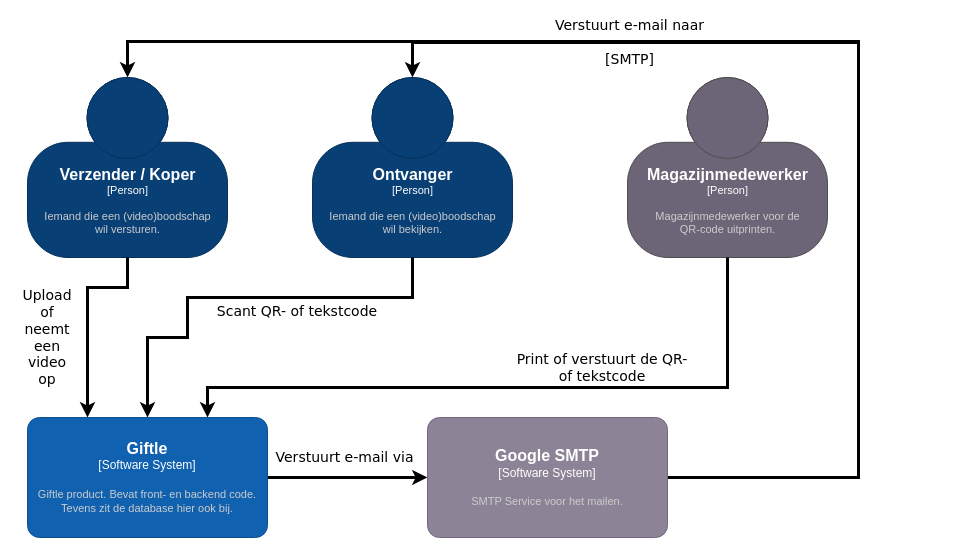
Above: koeskoes/3.Sprint2/Documentatie/Software Guidebook/assets/software_architecture/system_context_diagram.drawio in HANICA-DWA/sep2021-project-koeskoes (draw.io), before the change. Source tidied: cells renumbered, new cells numbered last; positions are measured from the earlier drawing's top-left corner, leaving out a move shared by most shapes. Both pictures are drawn from the tidied source at 100%, with x=0, y=0 at pixel (17, 33).
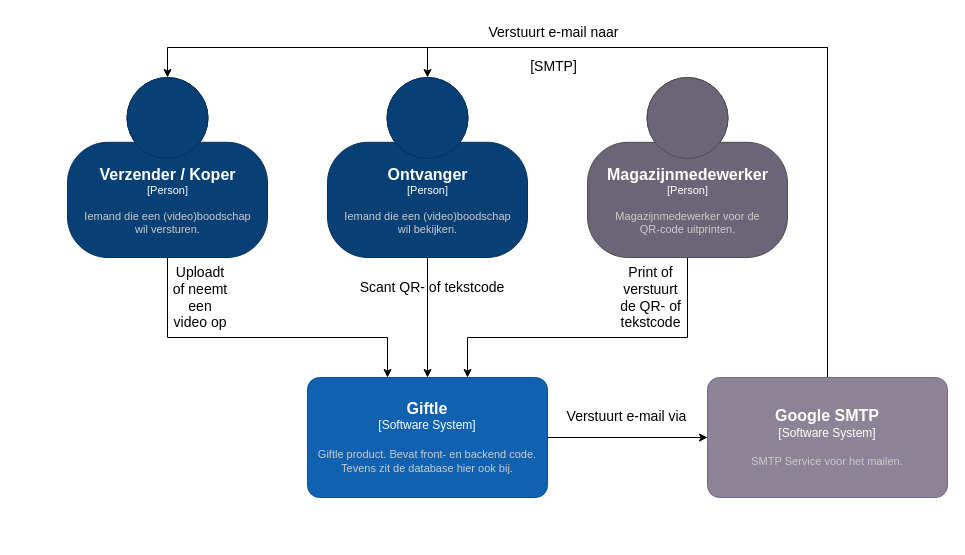
The same page after the edit.

Commit message (it also covers changes not shown here):
update system context diagram

Diff of the diagram source:
```diff
@@
+    <mxCell id="11" style="edgeStyle=orthogonalEdgeStyle;rounded=0;jettySize=auto;html=1;exitX=0.5;exitY=1;exitDx=0;exitDy=0;exitPerimeter=0;fontFamily=Helvetica;fontSize=1;strokeWidth=1;" parent="1" edge="1" source="2" target="6">
+      <mxGeometry relative="1" as="geometry">
+        <Array as="points">
+          <mxPoint x="150" y="304" />
+          <mxPoint x="370" y="304" />
+        </Array>
+      </mxGeometry>
+    </mxCell>
-    <object id="2" label="&lt;font style=&quot;font-size: 16px&quot;&gt;&lt;b&gt;%c4Name%&lt;/b&gt;&lt;/font&gt;&lt;div&gt;[%c4Type%]&lt;/div&gt;&lt;br&gt;&lt;div&gt;&lt;font style=&quot;font-size: 11px&quot;&gt;&lt;font color=&quot;#cccccc&quot;&gt;%c4Description%&lt;/font&gt;&lt;/div&gt;" c4Description="Iemand die een (video)boodschap&#10;wil versturen." c4Name="Verzender / Koper" c4Type="Person" placeholders="1">
-      <mxCell style="html=1;fontSize=11;dashed=0;whitespace=wrap;fillColor=#083F75;strokeColor=#06315C;fontColor=#ffffff;shape=mxgraph.c4.person2;align=center;points=[[0.5,0,0],[1,0.5,0],[1,0.75,0],[0.75,1,0],[0.5,1,0],[0.25,1,0],[0,0.75,0],[0,0.5,0]];" parent="1" vertex="1">
-        <mxGeometry x="10" y="44" width="200" height="180" as="geometry" />
+    <object id="2" label="&lt;font style=&quot;font-size: 16px&quot;&gt;&lt;b&gt;%c4Name%&lt;/b&gt;&lt;/font&gt;&lt;div&gt;[%c4Type%]&lt;/div&gt;&lt;br&gt;&lt;div&gt;&lt;font style=&quot;font-size: 11px&quot;&gt;&lt;font color=&quot;#cccccc&quot;&gt;%c4Description%&lt;/font&gt;&lt;/font&gt;&lt;/div&gt;" c4Description="Iemand die een (video)boodschap&#10;wil versturen." c4Name="Verzender / Koper" c4Type="Person" placeholders="1">
+      <mxCell style="html=1;fontSize=11;dashed=0;whitespace=wrap;fillColor=#083F75;strokeColor=#06315C;fontColor=#ffffff;shape=mxgraph.c4.person2;align=center;points=[[0.5,0,0],[1,0.5,0],[1,0.75,0],[0.75,1,0],[0.5,1,0],[0.25,1,0],[0,0.75,0],[0,0.5,0]];fontFamily=Helvetica;" parent="1" vertex="1">
+        <mxGeometry x="50" y="44" width="200" height="180" as="geometry" />
       </mxCell>
     </object>
+    <mxCell id="13" style="edgeStyle=orthogonalEdgeStyle;rounded=0;jettySize=auto;html=1;exitX=0.5;exitY=1;exitDx=0;exitDy=0;exitPerimeter=0;fontFamily=Helvetica;fontSize=1;strokeWidth=1;" parent="1" edge="1" source="3" target="6">
+      <mxGeometry relative="1" as="geometry">
+        <Array as="points">
+          <mxPoint x="670" y="304" />
+          <mxPoint x="450" y="304" />
+        </Array>
+      </mxGeometry>
+    </mxCell>
-    <object id="3" label="&lt;font style=&quot;font-size: 16px&quot;&gt;&lt;b&gt;%c4Name%&lt;/b&gt;&lt;/font&gt;&lt;div&gt;[%c4Type%]&lt;/div&gt;&lt;br&gt;&lt;div&gt;&lt;font style=&quot;font-size: 11px&quot;&gt;&lt;font color=&quot;#cccccc&quot;&gt;%c4Description%&lt;/font&gt;&lt;/div&gt;" c4Description="Magazijnmedewerker voor de&#10;QR-code uitprinten." c4Name="Magazijnmedewerker" c4Type="Person" placeholders="1">
-      <mxCell style="html=1;fontSize=11;dashed=0;whitespace=wrap;fillColor=#6C6477;strokeColor=#4D4D4D;fontColor=#ffffff;shape=mxgraph.c4.person2;align=center;points=[[0.5,0,0],[1,0.5,0],[1,0.75,0],[0.75,1,0],[0.5,1,0],[0.25,1,0],[0,0.75,0],[0,0.5,0]];" parent="1" vertex="1">
-        <mxGeometry x="610" y="44" width="200" height="180" as="geometry" />
+    <object id="3" label="&lt;font style=&quot;font-size: 16px&quot;&gt;&lt;b&gt;%c4Name%&lt;/b&gt;&lt;/font&gt;&lt;div&gt;[%c4Type%]&lt;/div&gt;&lt;br&gt;&lt;div&gt;&lt;font style=&quot;font-size: 11px&quot;&gt;&lt;font color=&quot;#cccccc&quot;&gt;%c4Description%&lt;/font&gt;&lt;/font&gt;&lt;/div&gt;" c4Description="Magazijnmedewerker voor de&#10;QR-code uitprinten." c4Name="Magazijnmedewerker" c4Type="Person" placeholders="1">
+      <mxCell style="html=1;fontSize=11;dashed=0;whitespace=wrap;fillColor=#6C6477;strokeColor=#4D4D4D;fontColor=#ffffff;shape=mxgraph.c4.person2;align=center;points=[[0.5,0,0],[1,0.5,0],[1,0.75,0],[0.75,1,0],[0.5,1,0],[0.25,1,0],[0,0.75,0],[0,0.5,0]];fontFamily=Helvetica;" parent="1" vertex="1">
+        <mxGeometry x="570" y="44" width="200" height="180" as="geometry" />
       </mxCell>
     </object>
-    <object id="4" label="&lt;font style=&quot;font-size: 16px&quot;&gt;&lt;b&gt;%c4Name%&lt;/b&gt;&lt;/font&gt;&lt;div&gt;[%c4Type%]&lt;/div&gt;&lt;br&gt;&lt;div&gt;&lt;font style=&quot;font-size: 11px&quot;&gt;&lt;font color=&quot;#cccccc&quot;&gt;%c4Description%&lt;/font&gt;&lt;/div&gt;" c4Description="Iemand die een (video)boodschap&#10;wil bekijken." c4Name="Ontvanger" c4Type="Person" placeholders="1">
-      <mxCell style="html=1;fontSize=11;dashed=0;whitespace=wrap;fillColor=#083F75;strokeColor=#06315C;fontColor=#ffffff;shape=mxgraph.c4.person2;align=center;points=[[0.5,0,0],[1,0.5,0],[1,0.75,0],[0.75,1,0],[0.5,1,0],[0.25,1,0],[0,0.75,0],[0,0.5,0]];" parent="1" vertex="1">
-        <mxGeometry x="295" y="44" width="200" height="180" as="geometry" />
+    <object id="4" label="&lt;font style=&quot;font-size: 16px&quot;&gt;&lt;b&gt;%c4Name%&lt;/b&gt;&lt;/font&gt;&lt;div&gt;[%c4Type%]&lt;/div&gt;&lt;br&gt;&lt;div&gt;&lt;font style=&quot;font-size: 11px&quot;&gt;&lt;font color=&quot;#cccccc&quot;&gt;%c4Description%&lt;/font&gt;&lt;/font&gt;&lt;/div&gt;" c4Description="Iemand die een (video)boodschap&#10;wil bekijken." c4Name="Ontvanger" c4Type="Person" placeholders="1">
+      <mxCell style="html=1;fontSize=11;dashed=0;whitespace=wrap;fillColor=#083F75;strokeColor=#06315C;fontColor=#ffffff;shape=mxgraph.c4.person2;align=center;points=[[0.5,0,0],[1,0.5,0],[1,0.75,0],[0.75,1,0],[0.5,1,0],[0.25,1,0],[0,0.75,0],[0,0.5,0]];fontFamily=Helvetica;" parent="1" vertex="1">
+        <mxGeometry x="310" y="44" width="200" height="180" as="geometry" />
       </mxCell>
     </object>
-    <mxCell id="5" style="edgeStyle=orthogonalEdgeStyle;rounded=0;jettySize=auto;html=1;strokeWidth=3;" parent="1" edge="1" source="6" target="9">
+    <mxCell id="5" style="edgeStyle=orthogonalEdgeStyle;rounded=0;jettySize=auto;html=1;strokeWidth=1;fontFamily=Helvetica;" parent="1" edge="1" source="6" target="9">
       <mxGeometry relative="1" as="geometry" />
     </mxCell>
-    <object id="6" label="&lt;font style=&quot;font-size: 16px&quot;&gt;&lt;b&gt;%c4Name%&lt;/b&gt;&lt;/font&gt;&lt;div&gt;[%c4Type%]&lt;/div&gt;&lt;br&gt;&lt;div&gt;&lt;font style=&quot;font-size: 11px&quot;&gt;&lt;font color=&quot;#cccccc&quot;&gt;%c4Description%&lt;/font&gt;&lt;/div&gt;" c4Description="Giftle product. Bevat front- en backend code. Tevens zit de database hier ook bij." c4Name="Giftle" c4Type="Software System" placeholders="1">
-      <mxCell style="rounded=1;whiteSpace=wrap;html=1;labelBackgroundColor=none;fillColor=#1061B0;fontColor=#ffffff;align=center;arcSize=10;strokeColor=#0D5091;points=[[0.25,0,0],[0.5,0,0],[0.75,0,0],[1,0.25,0],[1,0.5,0],[1,0.75,0],[0.75,1,0],[0.5,1,0],[0.25,1,0],[0,0.75,0],[0,0.5,0],[0,0.25,0]];" parent="1" vertex="1">
-        <mxGeometry x="10" y="384" width="240" height="120" as="geometry" />
+    <object id="6" label="&lt;font style=&quot;font-size: 16px&quot;&gt;&lt;b&gt;%c4Name%&lt;/b&gt;&lt;/font&gt;&lt;div&gt;[%c4Type%]&lt;/div&gt;&lt;br&gt;&lt;div&gt;&lt;font style=&quot;font-size: 11px&quot;&gt;&lt;font color=&quot;#cccccc&quot;&gt;%c4Description%&lt;/font&gt;&lt;/font&gt;&lt;/div&gt;" c4Description="Giftle product. Bevat front- en backend code. Tevens zit de database hier ook bij." c4Name="Giftle" c4Type="Software System" placeholders="1">
+      <mxCell style="rounded=1;whiteSpace=wrap;html=1;labelBackgroundColor=none;fillColor=#1061B0;fontColor=#ffffff;align=center;arcSize=10;strokeColor=#0D5091;points=[[0.25,0,0],[0.5,0,0],[0.75,0,0],[1,0.25,0],[1,0.5,0],[1,0.75,0],[0.75,1,0],[0.5,1,0],[0.25,1,0],[0,0.75,0],[0,0.5,0],[0,0.25,0]];fontFamily=Helvetica;" parent="1" vertex="1">
+        <mxGeometry x="290" y="344" width="240" height="120" as="geometry" />
       </mxCell>
     </object>
+    <mxCell id="8" style="edgeStyle=orthogonalEdgeStyle;rounded=0;jettySize=auto;html=1;exitX=0.5;exitY=0;exitDx=0;exitDy=0;exitPerimeter=0;entryX=0.5;entryY=0;entryDx=0;entryDy=0;entryPerimeter=0;fontFamily=Helvetica;fontSize=1;strokeWidth=1;" parent="1" edge="1" source="9" target="4">
+      <mxGeometry relative="1" as="geometry">
+        <Array as="points">
+          <mxPoint x="810" y="14" />
+          <mxPoint x="410" y="14" />
+        </Array>
+      </mxGeometry>
+    </mxCell>
-    <mxCell id="7" style="edgeStyle=orthogonalEdgeStyle;rounded=0;jettySize=auto;html=1;entryX=0.5;entryY=0;entryDx=0;entryDy=0;entryPerimeter=0;strokeWidth=3;" parent="1" edge="1" source="9" target="2">
+    <mxCell id="7" style="edgeStyle=orthogonalEdgeStyle;rounded=0;jettySize=auto;html=1;exitX=0.5;exitY=0;exitDx=0;exitDy=0;exitPerimeter=0;entryX=0.5;entryY=0;entryDx=0;entryDy=0;entryPerimeter=0;fontFamily=Helvetica;fontSize=1;strokeWidth=1;" parent="1" edge="1" source="9" target="2">
       <mxGeometry relative="1" as="geometry">
         <Array as="points">
-          <mxPoint x="841" y="444" />
-          <mxPoint x="841" y="8" />
-          <mxPoint x="110" y="8" />
+          <mxPoint x="810" y="14" />
+          <mxPoint x="150" y="14" />
         </Array>
       </mxGeometry>
     </mxCell>
-    <mxCell id="8" style="edgeStyle=orthogonalEdgeStyle;rounded=0;jettySize=auto;html=1;entryX=0.5;entryY=0;entryDx=0;entryDy=0;entryPerimeter=0;strokeWidth=3;" parent="1" edge="1" source="9" target="4">
-      <mxGeometry relative="1" as="geometry">
-        <Array as="points">
-          <mxPoint x="841" y="444" />
-          <mxPoint x="841" y="9" />
-          <mxPoint x="395" y="9" />
-        </Array>
-      </mxGeometry>
-    </mxCell>
-    <object id="9" label="&lt;font style=&quot;font-size: 16px&quot;&gt;&lt;b&gt;%c4Name%&lt;/b&gt;&lt;/font&gt;&lt;div&gt;[%c4Type%]&lt;/div&gt;&lt;br&gt;&lt;div&gt;&lt;font style=&quot;font-size: 11px&quot;&gt;&lt;font color=&quot;#cccccc&quot;&gt;%c4Description%&lt;/font&gt;&lt;/div&gt;" c4Description="SMTP Service voor het mailen." c4Name="Google SMTP" c4Type="Software System" placeholders="1">
-      <mxCell style="rounded=1;whiteSpace=wrap;html=1;labelBackgroundColor=none;fillColor=#8C8496;fontColor=#ffffff;align=center;arcSize=10;strokeColor=#736782;points=[[0.25,0,0],[0.5,0,0],[0.75,0,0],[1,0.25,0],[1,0.5,0],[1,0.75,0],[0.75,1,0],[0.5,1,0],[0.25,1,0],[0,0.75,0],[0,0.5,0],[0,0.25,0]];" parent="1" vertex="1">
-        <mxGeometry x="410" y="384" width="240" height="120" as="geometry" />
+    <object id="9" label="&lt;font style=&quot;font-size: 16px&quot;&gt;&lt;b&gt;%c4Name%&lt;/b&gt;&lt;/font&gt;&lt;div&gt;[%c4Type%]&lt;/div&gt;&lt;br&gt;&lt;div&gt;&lt;font style=&quot;font-size: 11px&quot;&gt;&lt;font color=&quot;#cccccc&quot;&gt;%c4Description%&lt;/font&gt;&lt;/font&gt;&lt;/div&gt;" c4Description="SMTP Service voor het mailen." c4Name="Google SMTP" c4Type="Software System" placeholders="1">
+      <mxCell style="rounded=1;whiteSpace=wrap;html=1;labelBackgroundColor=none;fillColor=#8C8496;fontColor=#ffffff;align=center;arcSize=10;strokeColor=#736782;points=[[0.25,0,0],[0.5,0,0],[0.75,0,0],[1,0.25,0],[1,0.5,0],[1,0.75,0],[0.75,1,0],[0.5,1,0],[0.25,1,0],[0,0.75,0],[0,0.5,0],[0,0.25,0]];fontFamily=Helvetica;" parent="1" vertex="1">
+        <mxGeometry x="690" y="344" width="240" height="120" as="geometry" />
       </mxCell>
     </object>
-    <mxCell id="10" value="&lt;font style=&quot;font-size: 14px&quot;&gt;Verstuurt e-mail via&lt;/font&gt;" style="text;html=1;strokeColor=none;fillColor=none;align=center;verticalAlign=middle;whiteSpace=wrap;rounded=0;fontSize=14;fontFamily=Verdana;" parent="1" vertex="1">
-      <mxGeometry x="255" y="415" width="145" height="17" as="geometry" />
+    <mxCell id="10" value="&lt;font style=&quot;font-size: 14px&quot;&gt;Verstuurt e-mail via&lt;/font&gt;" style="text;html=1;strokeColor=none;fillColor=none;align=center;verticalAlign=middle;whiteSpace=wrap;rounded=0;fontSize=14;fontFamily=Helvetica;" parent="1" vertex="1">
+      <mxGeometry x="537" y="374" width="145" height="17" as="geometry" />
     </mxCell>
-    <mxCell id="11" style="endArrow=classic;html=1;rounded=0;fontFamily=Verdana;fontSize=14;fontColor=#CDA2BE;entryX=0.25;entryY=0;entryDx=0;entryDy=0;entryPerimeter=0;exitX=0.5;exitY=1;exitDx=0;exitDy=0;exitPerimeter=0;strokeColor=default;strokeWidth=3;" parent="1" edge="1" source="2" target="6">
-      <mxGeometry relative="1" as="geometry">
-        <Array as="points">
-          <mxPoint x="110" y="254" />
-          <mxPoint x="70" y="254" />
-        </Array>
-      </mxGeometry>
-    </mxCell>
-    <mxCell id="12" style="endArrow=classic;html=1;rounded=0;fontFamily=Verdana;fontSize=14;fontColor=#CDA2BE;entryX=0.5;entryY=0;entryDx=0;entryDy=0;entryPerimeter=0;exitX=0.5;exitY=1;exitDx=0;exitDy=0;exitPerimeter=0;strokeColor=default;strokeWidth=3;" parent="1" edge="1" source="4" target="6">
-      <mxGeometry relative="1" as="geometry">
-        <Array as="points">
-          <mxPoint x="395" y="264" />
-          <mxPoint x="170" y="264" />
-          <mxPoint x="170" y="304" />
-          <mxPoint x="130" y="304" />
-          <mxPoint x="130" y="344" />
-        </Array>
-      </mxGeometry>
+    <mxCell id="12" style="endArrow=classic;html=1;rounded=0;fontFamily=Helvetica;fontSize=14;fontColor=#CDA2BE;entryX=0.5;entryY=0;entryDx=0;entryDy=0;entryPerimeter=0;exitX=0.5;exitY=1;exitDx=0;exitDy=0;exitPerimeter=0;strokeColor=default;strokeWidth=1;edgeStyle=orthogonalEdgeStyle;" parent="1" edge="1" source="4" target="6">
+      <mxGeometry relative="1" as="geometry" />
     </mxCell>
-    <mxCell id="13" style="endArrow=classic;html=1;rounded=0;fontFamily=Verdana;fontSize=14;fontColor=#CDA2BE;entryX=0.75;entryY=0;entryDx=0;entryDy=0;entryPerimeter=0;exitX=0.5;exitY=1;exitDx=0;exitDy=0;exitPerimeter=0;strokeColor=default;strokeWidth=3;" parent="1" edge="1" source="3" target="6">
-      <mxGeometry relative="1" as="geometry">
-        <Array as="points">
-          <mxPoint x="710" y="354" />
-          <mxPoint x="220" y="354" />
-          <mxPoint x="190" y="354" />
-        </Array>
-      </mxGeometry>
-    </mxCell>
-    <mxCell id="14" value="&lt;font color=&quot;#000000&quot;&gt;Upload of neemt een video op&lt;/font&gt;" style="text;html=1;strokeColor=none;fillColor=none;align=center;verticalAlign=middle;whiteSpace=wrap;rounded=0;fontFamily=Verdana;fontSize=14;fontColor=#CDA2BE;" parent="1" vertex="1">
-      <mxGeometry y="264" width="60" height="80" as="geometry" />
+    <mxCell id="14" value="&lt;font color=&quot;#000000&quot;&gt;Uploadt of neemt een video op&lt;/font&gt;" style="text;html=1;strokeColor=none;fillColor=none;align=center;verticalAlign=middle;whiteSpace=wrap;rounded=0;fontFamily=Helvetica;fontSize=14;fontColor=#CDA2BE;" parent="1" vertex="1">
+      <mxGeometry x="153" y="224" width="60" height="80" as="geometry" />
     </mxCell>
-    <mxCell id="15" value="&lt;font color=&quot;#000000&quot;&gt;Scant QR- of tekstcode&lt;/font&gt;" style="text;html=1;strokeColor=none;fillColor=none;align=center;verticalAlign=middle;whiteSpace=wrap;rounded=0;fontFamily=Verdana;fontSize=14;fontColor=#CDA2BE;" parent="1" vertex="1">
-      <mxGeometry x="180" y="268" width="200" height="20" as="geometry" />
+    <mxCell id="15" value="&lt;font color=&quot;#000000&quot;&gt;Scant QR- of tekstcode&lt;/font&gt;" style="text;html=1;strokeColor=none;fillColor=none;align=center;verticalAlign=middle;whiteSpace=wrap;rounded=0;fontFamily=Helvetica;fontSize=14;fontColor=#CDA2BE;" parent="1" vertex="1">
+      <mxGeometry x="315" y="244" width="200" height="20" as="geometry" />
     </mxCell>
-    <mxCell id="16" value="&lt;font color=&quot;#000000&quot;&gt;Print of verstuurt de QR- of tekstcode&lt;/font&gt;" style="text;html=1;strokeColor=none;fillColor=none;align=center;verticalAlign=middle;whiteSpace=wrap;rounded=0;fontFamily=Verdana;fontSize=14;fontColor=#CDA2BE;" parent="1" vertex="1">
-      <mxGeometry x="490" y="324" width="190" height="20" as="geometry" />
+    <mxCell id="16" value="&lt;font color=&quot;#000000&quot;&gt;Print of&lt;br&gt;verstuurt&lt;br&gt;de QR- of&lt;br&gt;tekstcode&lt;/font&gt;" style="text;html=1;strokeColor=none;fillColor=none;align=center;verticalAlign=middle;whiteSpace=wrap;rounded=0;fontFamily=Helvetica;fontSize=14;fontColor=#CDA2BE;" parent="1" vertex="1">
+      <mxGeometry x="600" y="224" width="67" height="80" as="geometry" />
     </mxCell>
-    <mxCell id="17" value="&lt;font style=&quot;font-size: 14px&quot;&gt;Verstuurt e-mail naar&lt;br&gt;&lt;br&gt;[SMTP]&lt;br&gt;&lt;/font&gt;" style="text;html=1;strokeColor=none;fillColor=none;align=center;verticalAlign=middle;whiteSpace=wrap;rounded=0;fontSize=14;fontFamily=Verdana;" parent="1" vertex="1">
-      <mxGeometry x="526" width="173" height="17" as="geometry" />
+    <mxCell id="17" value="&lt;font style=&quot;font-size: 14px&quot;&gt;Verstuurt e-mail naar&lt;br&gt;&lt;br&gt;[SMTP]&lt;br&gt;&lt;/font&gt;" style="text;html=1;strokeColor=none;fillColor=none;align=center;verticalAlign=middle;whiteSpace=wrap;rounded=0;fontSize=14;fontFamily=Helvetica;" parent="1" vertex="1">
+      <mxGeometry x="450" y="7" width="173" height="17" as="geometry" />
     </mxCell>
```
